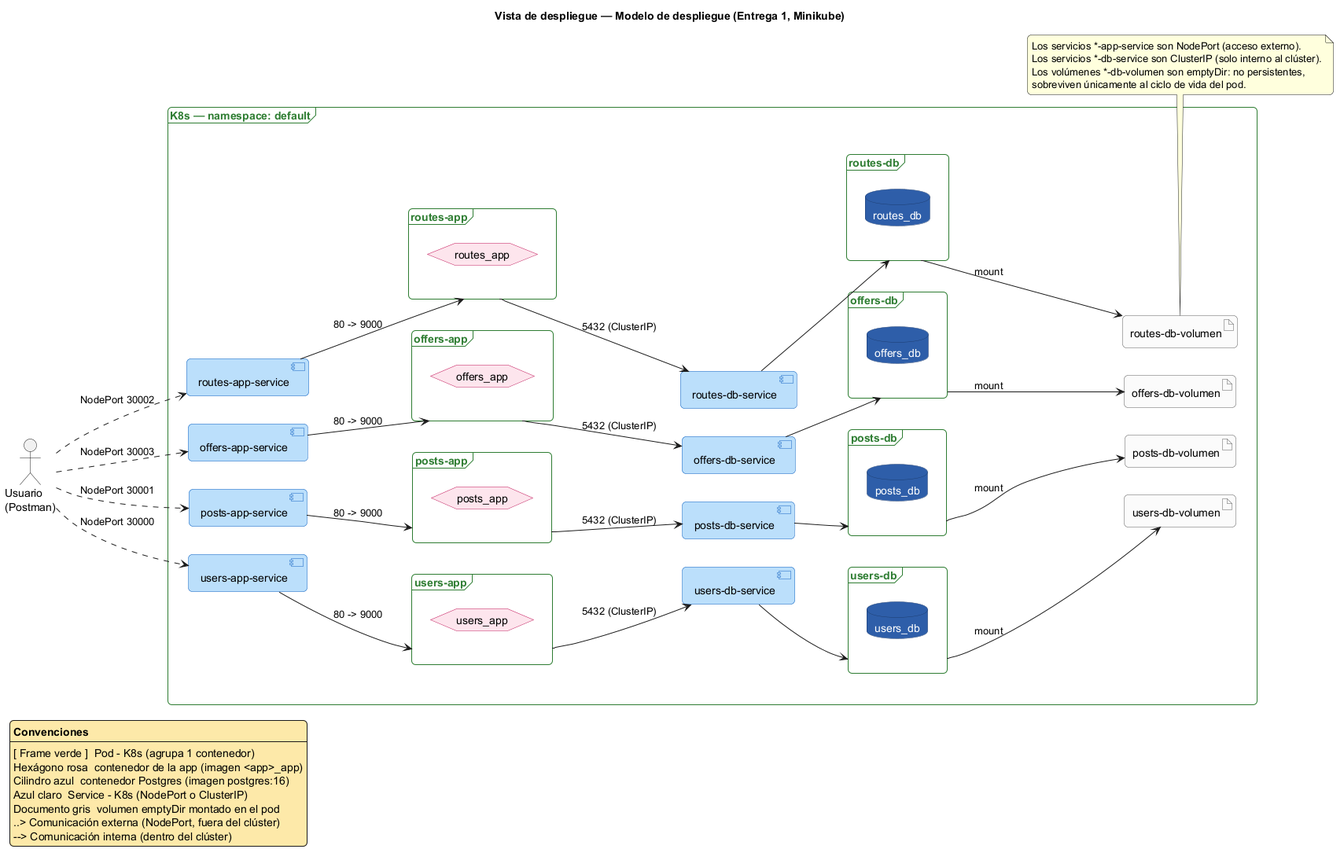
Above: docs/diagrams/deployment.png in mt-marceloctorres-net/202614-grupo24-proyecto (PlantUML), before the change.
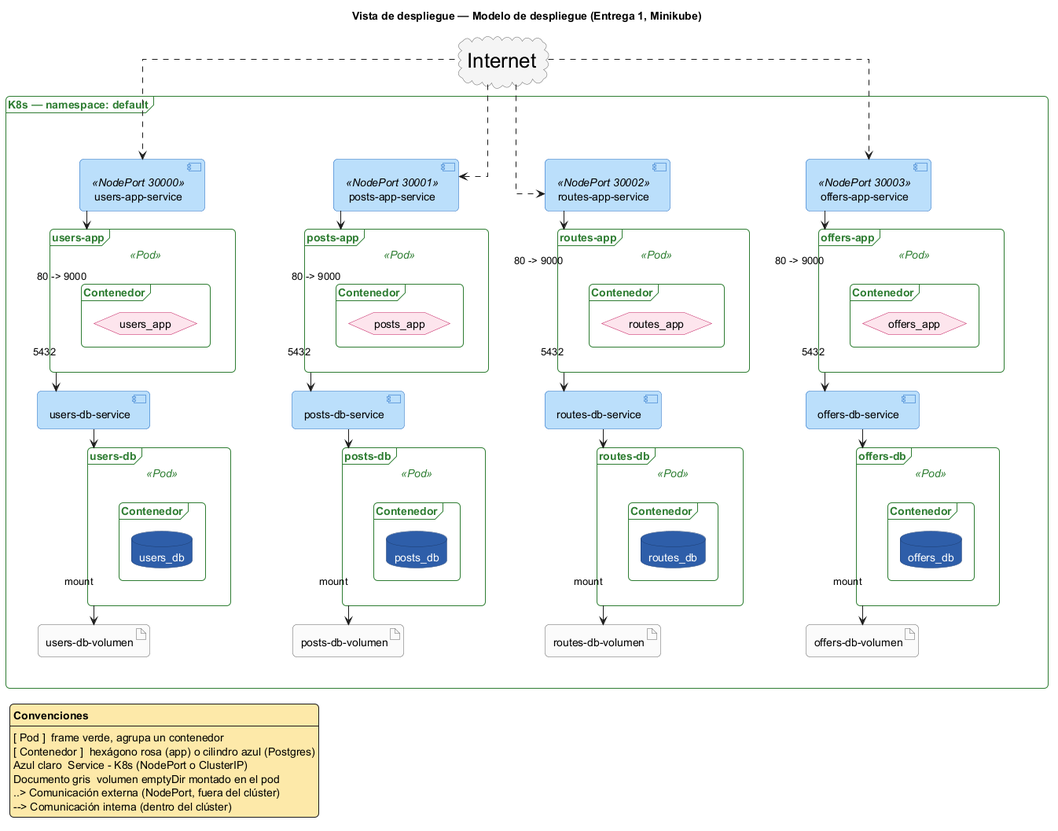
Later version of the same file.

Commit message:
docs: reordena y reestructura deployment.puml por app, no por capa

What changed in the source:
```diff
@@ -1,10 +1,12 @@
 @startuml deployment
 
 title Vista de despliegue — Modelo de despliegue (Entrega 1, Minikube)
-left to right direction
 skinparam shadowing false
 skinparam backgroundColor white
 skinparam roundCorner 10
+skinparam linetype ortho
+skinparam nodesep 45
+skinparam ranksep 30
 skinparam ArrowColor #1B1B1B
 skinparam hexagon {
   BackgroundColor #FCE4EC
@@ -32,105 +34,119 @@
   BackgroundColor #FCE8A8
   BorderColor #1B1B1B
 }
+skinparam note {
+  BackgroundColor #FFFFFF
+  BorderColor #1B1B1B
+}
+skinparam cloud {
+  FontSize 26
+  BackgroundColor #F5F5F5
+  BorderColor #616161
+}
 
-actor "Usuario\n(Postman)" as client
+cloud "Internet" as client
 
 frame "K8s — namespace: default" {
 
-  together {
-    component "users-app-service" as users_app_svc
-    component "posts-app-service" as posts_app_svc
-    component "offers-app-service" as offers_app_svc
-    component "routes-app-service" as routes_app_svc
+  frame " " as offers_group #line:white {
+    frame "offers-app" as offers_app_pod <<Pod>> {
+      frame "Contenedor" as offers_app_ctr_f {
+        hexagon "offers_app" as offers_app_img
+      }
+    }
+    component "offers-app-service" as offers_app_svc <<NodePort 30003>>
+    frame "offers-db" as offers_db_pod <<Pod>> {
+      frame "Contenedor" as offers_db_ctr_f {
+        database "offers_db" as offers_db_img
+      }
+    }
+    component "offers-db-service" as offers_db_svc
+    artifact "offers-db-volumen" as offers_db_vol
   }
 
-  together {
-    frame "users-app" as users_app_pod {
-      hexagon "users_app" as users_app_img
+  frame " " as routes_group #line:white {
+    frame "routes-app" as routes_app_pod <<Pod>> {
+      frame "Contenedor" as routes_app_ctr_f {
+        hexagon "routes_app" as routes_app_img
+      }
     }
-    frame "posts-app" as posts_app_pod {
-      hexagon "posts_app" as posts_app_img
+    component "routes-app-service" as routes_app_svc <<NodePort 30002>>
+    frame "routes-db" as routes_db_pod <<Pod>> {
+      frame "Contenedor" as routes_db_ctr_f {
+        database "routes_db" as routes_db_img
+      }
     }
-    frame "offers-app" as offers_app_pod {
-      hexagon "offers_app" as offers_app_img
-    }
-    frame "routes-app" as routes_app_pod {
-      hexagon "routes_app" as routes_app_img
-    }
+    component "routes-db-service" as routes_db_svc
+    artifact "routes-db-volumen" as routes_db_vol
   }
 
-  together {
-    component "users-db-service" as users_db_svc
+  frame " " as posts_group #line:white {
+    frame "posts-app" as posts_app_pod <<Pod>> {
+      frame "Contenedor" as posts_app_ctr_f {
+        hexagon "posts_app" as posts_app_img
+      }
+    }
+    component "posts-app-service" as posts_app_svc <<NodePort 30001>>
+    frame "posts-db" as posts_db_pod <<Pod>> {
+      frame "Contenedor" as posts_db_ctr_f {
+        database "posts_db" as posts_db_img
+      }
+    }
     component "posts-db-service" as posts_db_svc
-    component "offers-db-service" as offers_db_svc
-    component "routes-db-service" as routes_db_svc
+    artifact "posts-db-volumen" as posts_db_vol
   }
 
-  together {
-    frame "users-db" as users_db_pod {
-      database "users_db" as users_db_img
+  frame " " as users_group #line:white {
+    frame "users-app" as users_app_pod <<Pod>> {
+      frame "Contenedor" as users_app_ctr_f {
+        hexagon "users_app" as users_app_img
+      }
     }
-    frame "posts-db" as posts_db_pod {
-      database "posts_db" as posts_db_img
+    component "users-app-service" as users_app_svc <<NodePort 30000>>
+    frame "users-db" as users_db_pod <<Pod>> {
+      frame "Contenedor" as users_db_ctr_f {
+        database "users_db" as users_db_img
+      }
     }
-    frame "offers-db" as offers_db_pod {
-      database "offers_db" as offers_db_img
-    }
-    frame "routes-db" as routes_db_pod {
-      database "routes_db" as routes_db_img
-    }
-  }
-
-  together {
+    component "users-db-service" as users_db_svc
     artifact "users-db-volumen" as users_db_vol
-    artifact "posts-db-volumen" as posts_db_vol
-    artifact "offers-db-volumen" as offers_db_vol
-    artifact "routes-db-volumen" as routes_db_vol
   }
 }
 
-client ..> users_app_svc : NodePort 30000
-client ..> posts_app_svc : NodePort 30001
-client ..> offers_app_svc : NodePort 30003
-client ..> routes_app_svc : NodePort 30002
+client .down.> users_app_svc
+client .down.> posts_app_svc
+client .down.> routes_app_svc
+client .down.> offers_app_svc
 
-users_app_svc  --> users_app_pod  : "80 -> 9000"
-posts_app_svc  --> posts_app_pod  : "80 -> 9000"
-offers_app_svc --> offers_app_pod : "80 -> 9000"
-routes_app_svc --> routes_app_pod : "80 -> 9000"
+users_app_svc  -down-> users_app_pod  : "80 -> 9000"
+posts_app_svc  -down-> posts_app_pod  : "80 -> 9000"
+routes_app_svc -down-> routes_app_pod : "80 -> 9000"
+offers_app_svc -down-> offers_app_pod : "80 -> 9000"
 
-users_app_pod  --> users_db_svc  : "5432 (ClusterIP)"
-posts_app_pod  --> posts_db_svc  : "5432 (ClusterIP)"
-offers_app_pod --> offers_db_svc : "5432 (ClusterIP)"
-routes_app_pod --> routes_db_svc : "5432 (ClusterIP)"
+users_app_pod  -down-> users_db_svc  : "5432"
+posts_app_pod  -down-> posts_db_svc  : "5432"
+routes_app_pod -down-> routes_db_svc : "5432"
+offers_app_pod -down-> offers_db_svc : "5432"
 
-users_db_svc  --> users_db_pod
-posts_db_svc  --> posts_db_pod
-offers_db_svc --> offers_db_pod
-routes_db_svc --> routes_db_pod
+users_db_svc  -down-> users_db_pod
+posts_db_svc  -down-> posts_db_pod
+routes_db_svc -down-> routes_db_pod
+offers_db_svc -down-> offers_db_pod
 
-users_db_pod  --> users_db_vol  : mount
-posts_db_pod  --> posts_db_vol  : mount
-offers_db_pod --> offers_db_vol : mount
-routes_db_pod --> routes_db_vol : mount
+users_db_pod  -down-> users_db_vol  : mount
+posts_db_pod  -down-> posts_db_vol  : mount
+routes_db_pod -down-> routes_db_vol : mount
+offers_db_pod -down-> offers_db_vol : mount
 
 legend left
   <b>Convenciones
   ----
-  [ Frame verde ]  Pod - K8s (agrupa 1 contenedor)
-  Hexágono rosa  contenedor de la app (imagen <app>_app)
-  Cilindro azul  contenedor Postgres (imagen postgres:16)
+  [ Pod ]  frame verde, agrupa un contenedor
+  [ Contenedor ]  hexágono rosa (app) o cilindro azul (Postgres)
   Azul claro  Service - K8s (NodePort o ClusterIP)
   Documento gris  volumen emptyDir montado en el pod
   ..> Comunicación externa (NodePort, fuera del clúster)
   --> Comunicación interna (dentro del clúster)
 endlegend
 
-note bottom
-  Los servicios *-app-service son NodePort (acceso externo).
-  Los servicios *-db-service son ClusterIP (solo interno al clúster).
-  Los volúmenes *-db-volumen son emptyDir: no persistentes,
-  sobreviven únicamente al ciclo de vida del pod.
-end note
-
 @enduml
```
